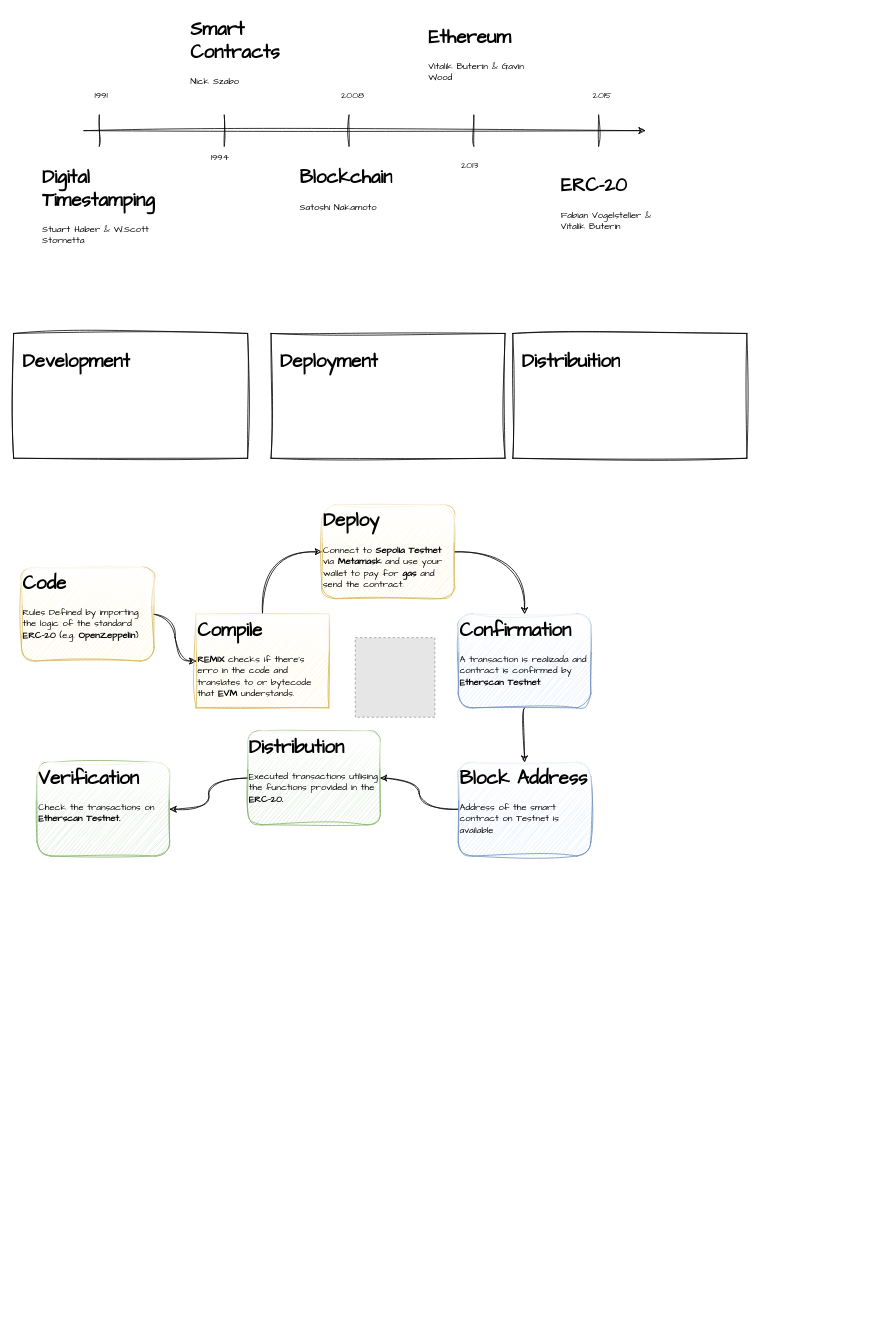
Before: CA_BlockChain.drawio in sergio-oliveira-br/ca-blockchain-erc20-200tks, a draw.io diagram. Source tidied: cells renumbered, new cells numbered last; positions are measured from the earlier drawing's top-left corner, leaving out a move shared by most shapes. Both pictures are drawn from the tidied source at 78%, with x=0, y=0 at pixel (13, 13). Pictures stored in the file or linked from it are replaced by grey dashed boxes.
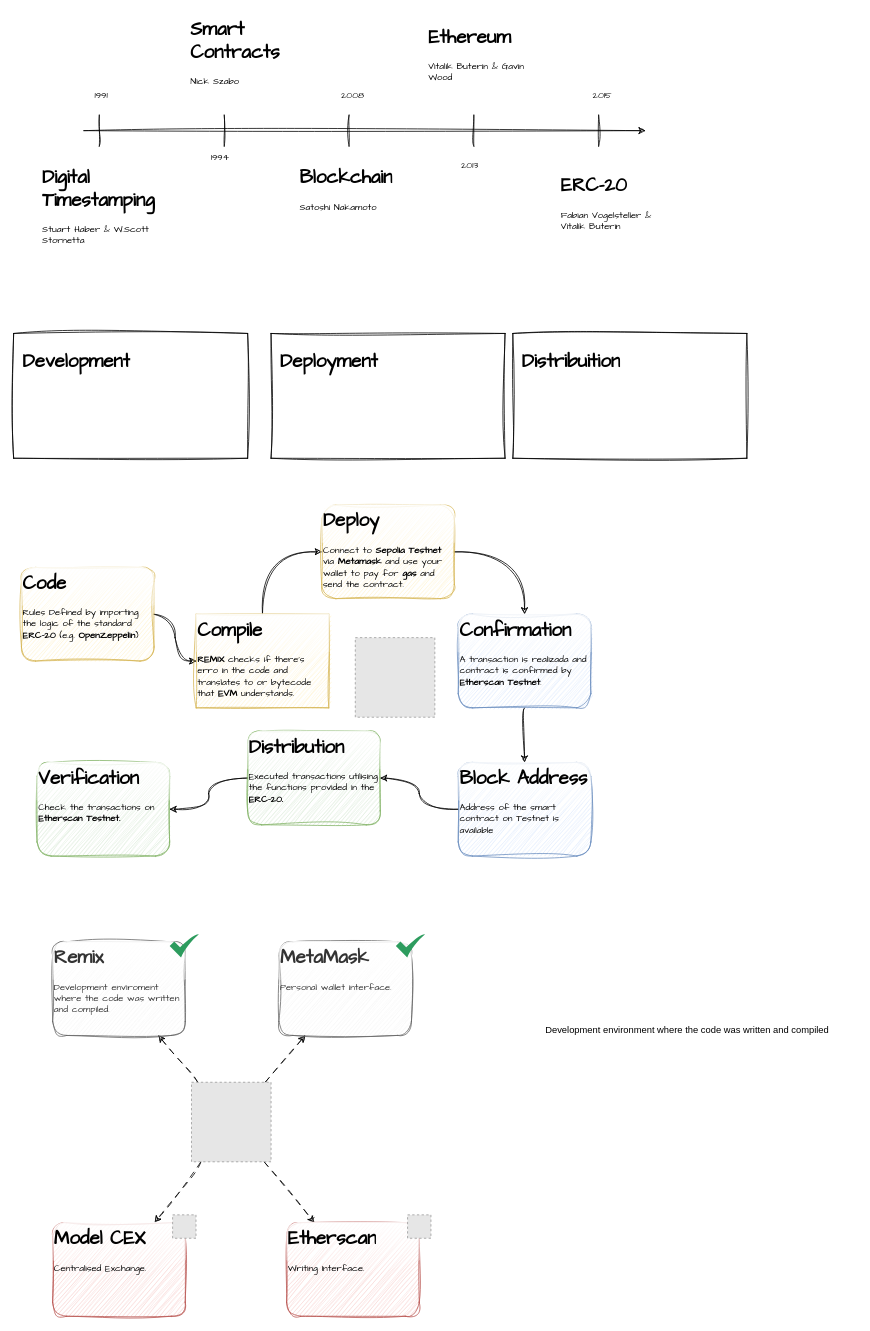
After the change.

Change to the diagram source:
```diff
@@
+    <mxCell id="38" style="rounded=0;jettySize=auto;html=1;sketch=1;curveFitting=1;jiggle=2;dashed=1;dashPattern=8 8;" parent="1" edge="1" source="42" target="43">
+      <mxGeometry relative="1" as="geometry" />
+    </mxCell>
+    <mxCell id="39" style="rounded=0;jettySize=auto;html=1;sketch=1;curveFitting=1;jiggle=2;dashed=1;dashPattern=8 8;" parent="1" edge="1" source="42" target="44">
+      <mxGeometry relative="1" as="geometry" />
+    </mxCell>
+    <mxCell id="40" style="rounded=0;jettySize=auto;html=1;strokeColor=default;sketch=1;curveFitting=1;jiggle=2;dashed=1;dashPattern=8 8;" parent="1" edge="1" source="42" target="47">
+      <mxGeometry relative="1" as="geometry" />
+    </mxCell>
+    <mxCell id="41" style="rounded=0;jettySize=auto;html=1;sketch=1;curveFitting=1;jiggle=2;dashed=1;dashPattern=8 8;" parent="1" edge="1" source="42" target="45">
+      <mxGeometry relative="1" as="geometry" />
+    </mxCell>
+    <mxCell id="42" style="fillColor=#E6E6E6;strokeColor=#999999;dashed=1;html=1;verticalAlign=top;verticalLabelPosition=bottom;labelBackgroundColor=#ffffff;" parent="1" vertex="1">
+      <mxGeometry x="228" y="1370" width="102" height="102" as="geometry" />
+    </mxCell>
+    <mxCell id="43" value="&lt;h1 style=&quot;margin-top: 0px;&quot;&gt;Remix&lt;/h1&gt;&lt;h1 style=&quot;margin-top: 0px;&quot;&gt;&lt;p style=&quot;font-size: 12px;&quot;&gt;&lt;span style=&quot;font-weight: 400;&quot;&gt;Development enviroment where the code was written and compiled.&lt;/span&gt;&lt;/p&gt;&lt;/h1&gt;" style="text;html=1;whiteSpace=wrap;overflow=hidden;rounded=1;fontFamily=Comic Sans MS;fillColor=#f5f5f5;strokeColor=#666666;sketch=1;curveFitting=1;jiggle=2;glass=1;fontColor=#333333;" parent="1" vertex="1">
+      <mxGeometry x="50" y="1190" width="170" height="120" as="geometry" />
+    </mxCell>
+    <mxCell id="44" value="&lt;h1 style=&quot;margin-top: 0px;&quot;&gt;MetaMask&lt;/h1&gt;&lt;h1 style=&quot;margin-top: 0px;&quot;&gt;&lt;p style=&quot;font-size: 12px;&quot;&gt;&lt;span style=&quot;font-weight: 400;&quot;&gt;Personal wallet interface.&lt;/span&gt;&lt;/p&gt;&lt;/h1&gt;" style="text;html=1;whiteSpace=wrap;overflow=hidden;rounded=1;fontFamily=Comic Sans MS;fillColor=#f5f5f5;strokeColor=#666666;sketch=1;curveFitting=1;jiggle=2;glass=1;fontColor=#333333;" parent="1" vertex="1">
+      <mxGeometry x="340" y="1190" width="170" height="120" as="geometry" />
+    </mxCell>
+    <mxCell id="45" value="&lt;h1 style=&quot;margin-top: 0px;&quot;&gt;Model CEX&lt;/h1&gt;&lt;h1 style=&quot;margin-top: 0px;&quot;&gt;&lt;p style=&quot;font-size: 12px;&quot;&gt;&lt;span style=&quot;font-weight: 400;&quot;&gt;Centralised Exchange.&lt;/span&gt;&lt;/p&gt;&lt;/h1&gt;" style="text;html=1;whiteSpace=wrap;overflow=hidden;rounded=1;fontFamily=Comic Sans MS;fillColor=#f8cecc;strokeColor=#b85450;sketch=1;curveFitting=1;jiggle=2;glass=1;" parent="1" vertex="1">
+      <mxGeometry x="50" y="1550" width="170" height="120" as="geometry" />
+    </mxCell>
+    <mxCell id="46" value="Development environment where the code was written and compiled" style="text;whiteSpace=wrap;" parent="1" vertex="1">
+      <mxGeometry x="680" y="1290" width="400" height="40" as="geometry" />
+    </mxCell>
+    <mxCell id="47" value="&lt;h1 style=&quot;margin-top: 0px;&quot;&gt;Etherscan&lt;/h1&gt;&lt;h1 style=&quot;margin-top: 0px;&quot;&gt;&lt;p style=&quot;font-size: 12px;&quot;&gt;&lt;span style=&quot;font-weight: 400;&quot;&gt;Writing Interface.&lt;/span&gt;&lt;/p&gt;&lt;/h1&gt;" style="text;html=1;whiteSpace=wrap;overflow=hidden;rounded=1;fontFamily=Comic Sans MS;fillColor=#f8cecc;strokeColor=#b85450;sketch=1;curveFitting=1;jiggle=2;glass=1;" parent="1" vertex="1">
+      <mxGeometry x="350" y="1550" width="170" height="120" as="geometry" />
+    </mxCell>
+    <mxCell id="48" style="sketch=0;html=1;strokeColor=none;shadow=0;align=center;fillColor=#2D9C5E;verticalAlign=top;labelPosition=center;verticalLabelPosition=bottom;shape=mxgraph.gcp2.check;" parent="1" vertex="1">
+      <mxGeometry x="200" y="1180" width="37.5" height="30" as="geometry" />
+    </mxCell>
+    <mxCell id="49" style="fillColor=#E6E6E6;strokeColor=#999999;dashed=1;html=1;verticalAlign=top;verticalLabelPosition=bottom;labelBackgroundColor=#ffffff;" parent="1" vertex="1">
+      <mxGeometry x="505" y="1540" width="30" height="30" as="geometry" />
+    </mxCell>
+    <mxCell id="50" style="sketch=0;html=1;strokeColor=none;shadow=0;align=center;fillColor=#2D9C5E;verticalAlign=top;labelPosition=center;verticalLabelPosition=bottom;shape=mxgraph.gcp2.check;" parent="1" vertex="1">
+      <mxGeometry x="490" y="1180" width="37.5" height="30" as="geometry" />
+    </mxCell>
+    <mxCell id="51" style="fillColor=#E6E6E6;strokeColor=#999999;dashed=1;html=1;verticalAlign=top;verticalLabelPosition=bottom;labelBackgroundColor=#ffffff;" parent="1" vertex="1">
+      <mxGeometry x="203.8" y="1540" width="30" height="30" as="geometry" />
+    </mxCell>
```
